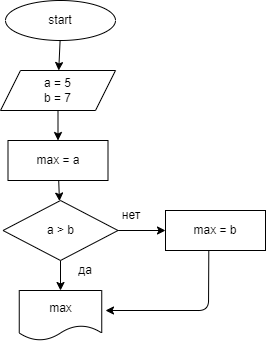
Anna27D/WorkWork keeps this draw.io diagram as Homework/Homework_01/Ex01/diagram_hw01ex01.drawio.png. Above is the earlier version. Source tidied: cells renumbered, new cells last; positions are measured from the earlier drawing's top-left corner, leaving out a move shared by most shapes. Its diagram source:
```xml
<mxGraphModel>
  <root>
    <mxCell id="0" />
    <mxCell id="1" parent="0" />
    <mxCell id="2" style="edgeStyle=none;html=1;" parent="1" edge="1" source="3" target="5">
      <mxGeometry relative="1" as="geometry" />
    </mxCell>
    <mxCell id="3" value="start" style="ellipse;whiteSpace=wrap;html=1;" parent="1" vertex="1">
      <mxGeometry x="5" width="110" height="40" as="geometry" />
    </mxCell>
    <mxCell id="4" style="edgeStyle=none;html=1;" parent="1" edge="1" source="5" target="7">
      <mxGeometry relative="1" as="geometry" />
    </mxCell>
    <mxCell id="5" value="a = 5&lt;br&gt;b = 7" style="shape=parallelogram;perimeter=parallelogramPerimeter;whiteSpace=wrap;html=1;fixedSize=1;" parent="1" vertex="1">
      <mxGeometry y="70" width="115" height="40" as="geometry" />
    </mxCell>
    <mxCell id="6" style="edgeStyle=none;html=1;" parent="1" edge="1" source="7" target="10">
      <mxGeometry relative="1" as="geometry" />
    </mxCell>
    <mxCell id="7" value="max = a" style="rounded=0;whiteSpace=wrap;html=1;" parent="1" vertex="1">
      <mxGeometry x="7.5" y="140" width="100" height="40" as="geometry" />
    </mxCell>
    <mxCell id="8" style="edgeStyle=none;html=1;" parent="1" edge="1" source="10" target="11">
      <mxGeometry relative="1" as="geometry" />
    </mxCell>
    <mxCell id="9" style="edgeStyle=none;html=1;" parent="1" edge="1" source="10" target="12">
      <mxGeometry relative="1" as="geometry" />
    </mxCell>
    <mxCell id="10" value="a &amp;gt; b" style="rhombus;whiteSpace=wrap;html=1;" parent="1" vertex="1">
      <mxGeometry x="2.5" y="200" width="115" height="60" as="geometry" />
    </mxCell>
    <mxCell id="11" value="max" style="shape=document;whiteSpace=wrap;html=1;boundedLbl=1;" parent="1" vertex="1">
      <mxGeometry x="18.8" y="290" width="82.5" height="50" as="geometry" />
    </mxCell>
    <mxCell id="12" value="max = b" style="rounded=0;whiteSpace=wrap;html=1;" parent="1" vertex="1">
      <mxGeometry x="165" y="210" width="100" height="40" as="geometry" />
    </mxCell>
    <mxCell id="13" style="endArrow=classic;html=1;exitX=0.433;exitY=1.017;exitDx=0;exitDy=0;exitPerimeter=0;" parent="1" edge="1" source="12">
      <mxGeometry relative="1" as="geometry">
        <mxPoint x="105" y="310" as="targetPoint" />
        <Array as="points">
          <mxPoint x="208" y="310" />
        </Array>
      </mxGeometry>
    </mxCell>
    <mxCell id="14" value="нет" style="text;html=1;strokeColor=none;fillColor=none;align=center;verticalAlign=middle;whiteSpace=wrap;rounded=0;" parent="1" vertex="1">
      <mxGeometry x="101.2" y="200" width="60" height="30" as="geometry" />
    </mxCell>
    <mxCell id="15" value="да" style="text;html=1;strokeColor=none;fillColor=none;align=center;verticalAlign=middle;whiteSpace=wrap;rounded=0;" parent="1" vertex="1">
      <mxGeometry x="55" y="260" width="60" height="20" as="geometry" />
    </mxCell>
  </root>
</mxGraphModel>
```
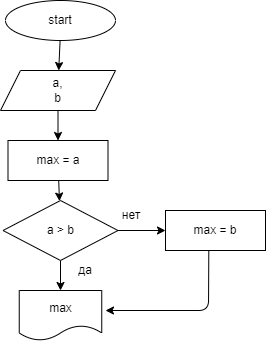
After the commit.

The edit, as a diff of the source:
```diff
@@ -11,7 +11,7 @@
     <mxCell id="4" style="edgeStyle=none;html=1;" parent="1" edge="1" source="5" target="7">
       <mxGeometry relative="1" as="geometry" />
     </mxCell>
-    <mxCell id="5" value="a = 5&lt;br&gt;b = 7" style="shape=parallelogram;perimeter=parallelogramPerimeter;whiteSpace=wrap;html=1;fixedSize=1;" parent="1" vertex="1">
+    <mxCell id="5" value="a,&lt;br&gt;b" style="shape=parallelogram;perimeter=parallelogramPerimeter;whiteSpace=wrap;html=1;fixedSize=1;" parent="1" vertex="1">
       <mxGeometry y="70" width="115" height="40" as="geometry" />
     </mxCell>
     <mxCell id="6" style="edgeStyle=none;html=1;" parent="1" edge="1" source="7" target="10">
```
